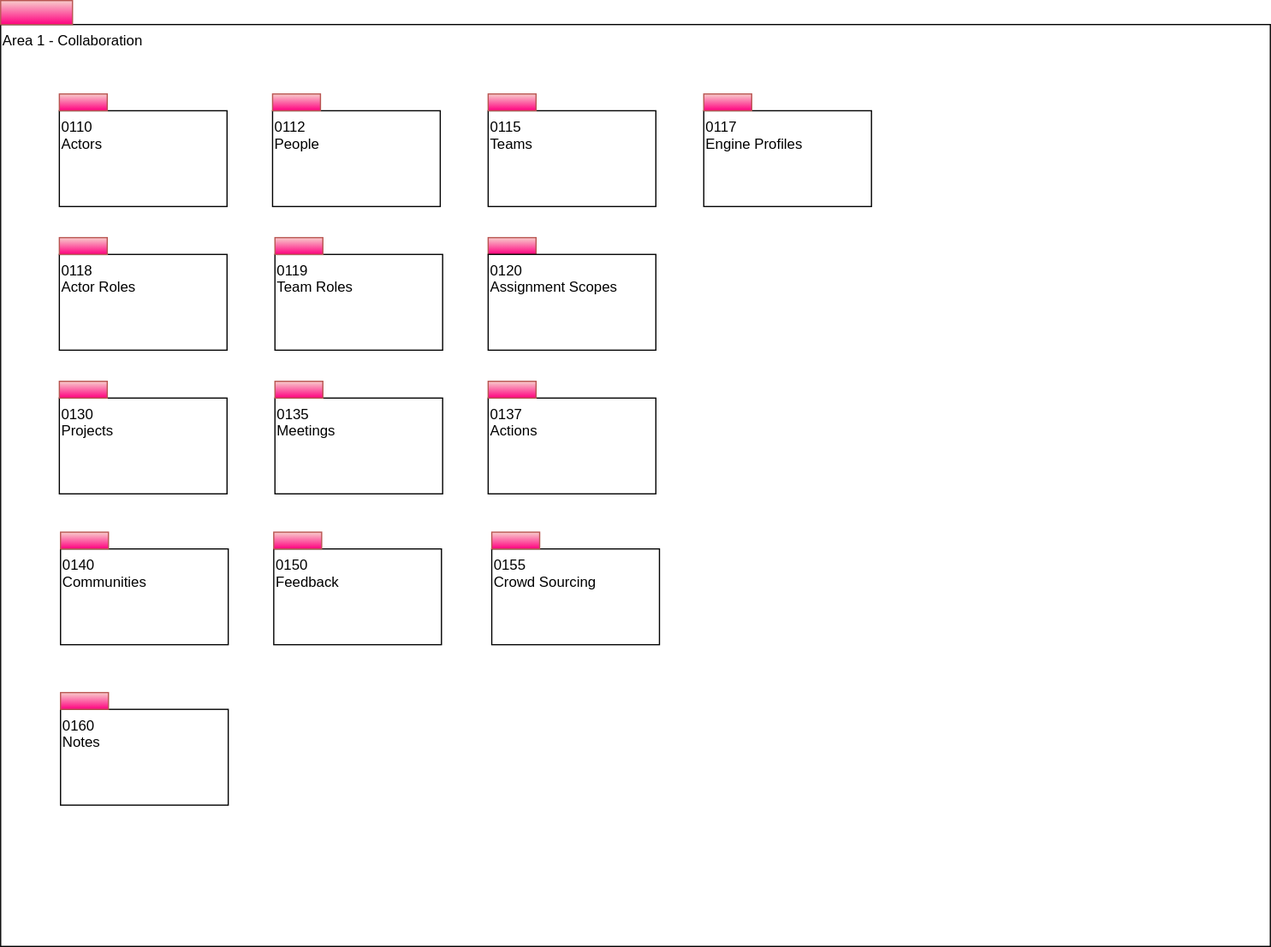
Above: site/docs/types/1/area-1-collaboration-overview.svg in odpi/egeria-docs (draw.io), before the change. Source tidied: cells renumbered, new cells last; positions are measured from the earlier drawing's top-left corner, leaving out a move shared by most shapes.
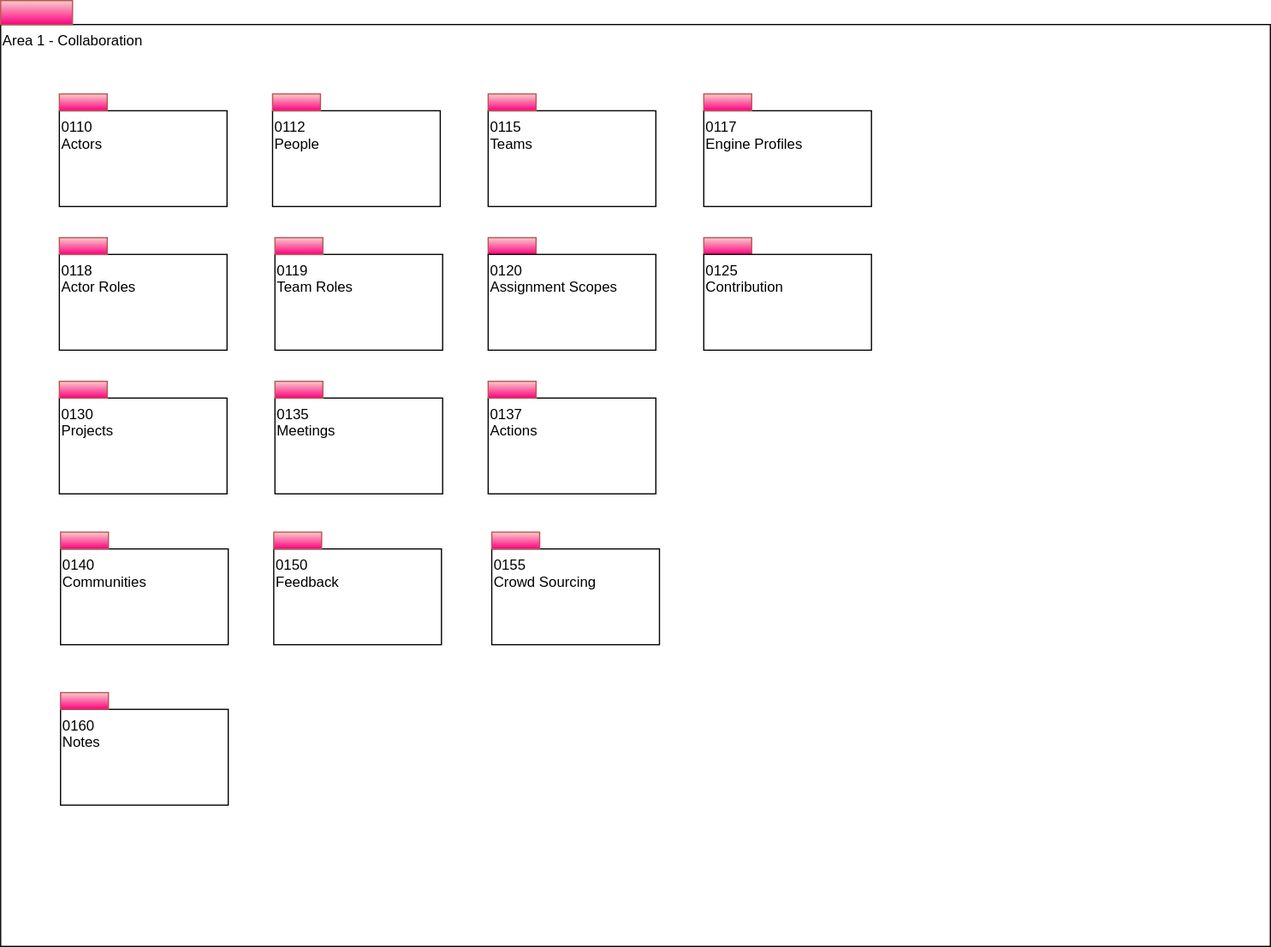
Above is the later version.

Diff of the diagram source:
```diff
@@ -92,5 +92,11 @@
     <mxCell id="31" style="html=1;strokeColor=#b85450;align=center;fillColor=#f8cecc;gradientColor=#FF0080;" parent="1" vertex="1">
       <mxGeometry x="229" y="198" width="40" height="14" as="geometry" />
     </mxCell>
+    <mxCell id="32" style="html=1;strokeColor=#b85450;align=center;fillColor=#f8cecc;gradientColor=#FF0080;" parent="1" vertex="1">
+      <mxGeometry x="587" y="198" width="40" height="14" as="geometry" />
+    </mxCell>
+    <mxCell id="33" value="0125&lt;br&gt;Contribution" style="rounded=0;whiteSpace=wrap;html=1;align=left;verticalAlign=top;" parent="1" vertex="1">
+      <mxGeometry x="587" y="212" width="140" height="80" as="geometry" />
+    </mxCell>
   </root>
 </mxGraphModel>
```
